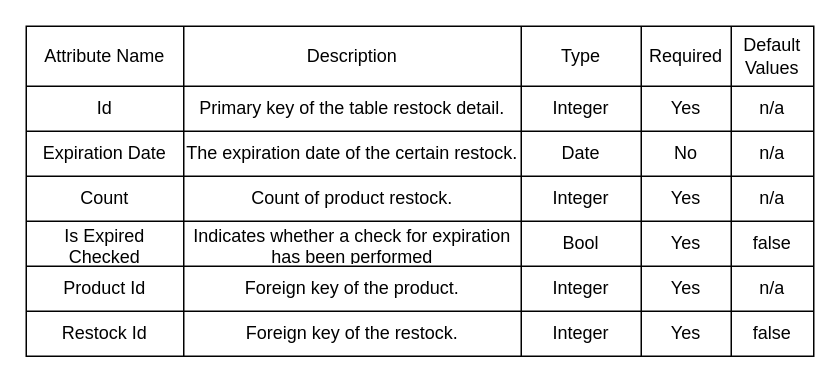
Before: page "Stock Out Detail" (5 of 5) of private/diagrams/dataDictionary.drawio in MaJul1/anis-php, a draw.io diagram. Source tidied: cells renumbered, new cells numbered last; positions are measured from the earlier drawing's top-left corner, leaving out a move shared by most shapes. Both pictures are drawn from the tidied source at 150%, with x=0, y=0 at pixel (26, 26).
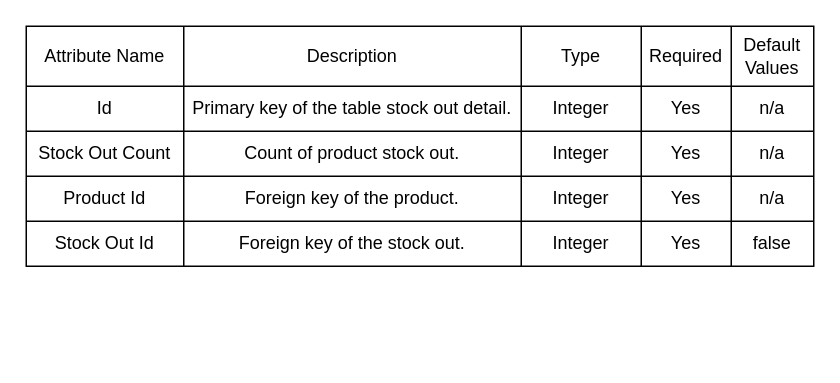
The same page after the edit.

Commit message (it also covers changes not shown here):
Add data flow diagrams for product management and restocking processes

- Created a new Draw.io file containing diagrams for product creation, viewing, updating, and deletion.
- Included a separate diagram for restocking products, detailing the user interactions and database updates.
- Diagrams illustrate the flow of information between users and the product/restock databases.

The change refers to these unchanged cells:
```xml
<mxCell id="9" style="shape=tableRow;horizontal=0;startSize=0;swimlaneHead=0;swimlaneBody=0;strokeColor=inherit;top=0;left=0;bottom=0;right=0;fillColor=none;" parent="2" vertex="1">
  <mxGeometry y="40" width="525" height="30" as="geometry" />
</mxCell>
```

The edit, as a diff of the source:
```diff
@@
     <mxCell id="2" style="shape=table;startSize=0;childLayout=tableLayout;" parent="1" vertex="1">
-      <mxGeometry width="525" height="220" as="geometry" />
+      <mxGeometry width="525" height="160" as="geometry" />
     </mxCell>
@@
-    <mxCell id="11" value="Primary key of the table restock detail." style="shape=partialRectangle;html=1;whiteSpace=wrap;strokeColor=inherit;overflow=hidden;fillColor=none;top=0;left=0;bottom=0;right=0;" parent="9" vertex="1">
+    <mxCell id="11" value="Primary key of the table stock out detail." style="shape=partialRectangle;html=1;whiteSpace=wrap;strokeColor=inherit;overflow=hidden;fillColor=none;top=0;left=0;bottom=0;right=0;" parent="9" vertex="1">
       <mxGeometry x="105" width="225" height="30" as="geometry" />
     </mxCell>
@@
-    <mxCell id="15" style="shape=tableRow;horizontal=0;startSize=0;swimlaneHead=0;swimlaneBody=0;strokeColor=inherit;top=0;left=0;bottom=0;right=0;fillColor=none;" parent="2" vertex="1">
-      <mxGeometry y="70" width="525" height="30" as="geometry" />
-    </mxCell>
-    <mxCell id="16" value="Expiration Date" style="shape=partialRectangle;html=1;whiteSpace=wrap;strokeColor=inherit;overflow=hidden;fillColor=none;top=0;left=0;bottom=0;right=0;" parent="15" vertex="1">
-      <mxGeometry width="105" height="30" as="geometry" />
-    </mxCell>
-    <mxCell id="17" value="The expiration date of the certain restock." style="shape=partialRectangle;html=1;whiteSpace=wrap;strokeColor=inherit;overflow=hidden;fillColor=none;top=0;left=0;bottom=0;right=0;" parent="15" vertex="1">
-      <mxGeometry x="105" width="225" height="30" as="geometry" />
-    </mxCell>
-    <mxCell id="18" value="Date" style="shape=partialRectangle;html=1;whiteSpace=wrap;strokeColor=inherit;overflow=hidden;fillColor=none;top=0;left=0;bottom=0;right=0;" parent="15" vertex="1">
-      <mxGeometry x="330" width="80" height="30" as="geometry" />
-    </mxCell>
-    <mxCell id="19" value="No" style="shape=partialRectangle;html=1;whiteSpace=wrap;strokeColor=inherit;overflow=hidden;fillColor=none;top=0;left=0;bottom=0;right=0;" parent="15" vertex="1">
-      <mxGeometry x="410" width="60" height="30" as="geometry" />
-    </mxCell>
-    <mxCell id="20" value="n/a" style="shape=partialRectangle;html=1;whiteSpace=wrap;strokeColor=inherit;overflow=hidden;fillColor=none;top=0;left=0;bottom=0;right=0;" parent="15" vertex="1">
-      <mxGeometry x="470" width="55" height="30" as="geometry" />
-    </mxCell>
     <mxCell id="21" style="shape=tableRow;horizontal=0;startSize=0;swimlaneHead=0;swimlaneBody=0;strokeColor=inherit;top=0;left=0;bottom=0;right=0;fillColor=none;" parent="2" vertex="1">
-      <mxGeometry y="100" width="525" height="30" as="geometry" />
+      <mxGeometry y="70" width="525" height="30" as="geometry" />
     </mxCell>
-    <mxCell id="22" value="Count" style="shape=partialRectangle;html=1;whiteSpace=wrap;strokeColor=inherit;overflow=hidden;fillColor=none;top=0;left=0;bottom=0;right=0;" parent="21" vertex="1">
+    <mxCell id="22" value="Stock Out Count" style="shape=partialRectangle;html=1;whiteSpace=wrap;strokeColor=inherit;overflow=hidden;fillColor=none;top=0;left=0;bottom=0;right=0;" parent="21" vertex="1">
       <mxGeometry width="105" height="30" as="geometry" />
     </mxCell>
-    <mxCell id="23" value="Count of product restock." style="shape=partialRectangle;html=1;whiteSpace=wrap;strokeColor=inherit;overflow=hidden;fillColor=none;top=0;left=0;bottom=0;right=0;" parent="21" vertex="1">
+    <mxCell id="23" value="Count of product stock out." style="shape=partialRectangle;html=1;whiteSpace=wrap;strokeColor=inherit;overflow=hidden;fillColor=none;top=0;left=0;bottom=0;right=0;" parent="21" vertex="1">
       <mxGeometry x="105" width="225" height="30" as="geometry" />
     </mxCell>
@@
-    <mxCell id="27" style="shape=tableRow;horizontal=0;startSize=0;swimlaneHead=0;swimlaneBody=0;strokeColor=inherit;top=0;left=0;bottom=0;right=0;fillColor=none;" parent="2" vertex="1">
-      <mxGeometry y="130" width="525" height="30" as="geometry" />
-    </mxCell>
-    <mxCell id="28" value="Is Expired Checked" style="shape=partialRectangle;html=1;whiteSpace=wrap;strokeColor=inherit;overflow=hidden;fillColor=none;top=0;left=0;bottom=0;right=0;" parent="27" vertex="1">
-      <mxGeometry width="105" height="30" as="geometry" />
-    </mxCell>
-    <mxCell id="29" value="Indicates whether a &lt;span style=&quot;&quot;&gt;check for expiration&lt;/span&gt; has been performed" style="shape=partialRectangle;html=1;whiteSpace=wrap;strokeColor=inherit;overflow=hidden;fillColor=none;top=0;left=0;bottom=0;right=0;" parent="27" vertex="1">
-      <mxGeometry x="105" width="225" height="30" as="geometry" />
-    </mxCell>
-    <mxCell id="30" value="Bool" style="shape=partialRectangle;html=1;whiteSpace=wrap;strokeColor=inherit;overflow=hidden;fillColor=none;top=0;left=0;bottom=0;right=0;" parent="27" vertex="1">
-      <mxGeometry x="330" width="80" height="30" as="geometry" />
-    </mxCell>
-    <mxCell id="31" value="Yes" style="shape=partialRectangle;html=1;whiteSpace=wrap;strokeColor=inherit;overflow=hidden;fillColor=none;top=0;left=0;bottom=0;right=0;" parent="27" vertex="1">
-      <mxGeometry x="410" width="60" height="30" as="geometry" />
-    </mxCell>
-    <mxCell id="32" value="false" style="shape=partialRectangle;html=1;whiteSpace=wrap;strokeColor=inherit;overflow=hidden;fillColor=none;top=0;left=0;bottom=0;right=0;" parent="27" vertex="1">
-      <mxGeometry x="470" width="55" height="30" as="geometry" />
-    </mxCell>
     <mxCell id="33" style="shape=tableRow;horizontal=0;startSize=0;swimlaneHead=0;swimlaneBody=0;strokeColor=inherit;top=0;left=0;bottom=0;right=0;fillColor=none;" parent="2" vertex="1">
-      <mxGeometry y="160" width="525" height="30" as="geometry" />
+      <mxGeometry y="100" width="525" height="30" as="geometry" />
     </mxCell>
@@
     <mxCell id="39" style="shape=tableRow;horizontal=0;startSize=0;swimlaneHead=0;swimlaneBody=0;strokeColor=inherit;top=0;left=0;bottom=0;right=0;fillColor=none;" parent="2" vertex="1">
-      <mxGeometry y="190" width="525" height="30" as="geometry" />
+      <mxGeometry y="130" width="525" height="30" as="geometry" />
     </mxCell>
-    <mxCell id="40" value="Restock Id" style="shape=partialRectangle;html=1;whiteSpace=wrap;strokeColor=inherit;overflow=hidden;fillColor=none;top=0;left=0;bottom=0;right=0;" parent="39" vertex="1">
+    <mxCell id="40" value="Stock Out Id" style="shape=partialRectangle;html=1;whiteSpace=wrap;strokeColor=inherit;overflow=hidden;fillColor=none;top=0;left=0;bottom=0;right=0;" parent="39" vertex="1">
       <mxGeometry width="105" height="30" as="geometry" />
     </mxCell>
-    <mxCell id="41" value="Foreign key of the restock." style="shape=partialRectangle;html=1;whiteSpace=wrap;strokeColor=inherit;overflow=hidden;fillColor=none;top=0;left=0;bottom=0;right=0;" parent="39" vertex="1">
+    <mxCell id="41" value="Foreign key of the stock out." style="shape=partialRectangle;html=1;whiteSpace=wrap;strokeColor=inherit;overflow=hidden;fillColor=none;top=0;left=0;bottom=0;right=0;" parent="39" vertex="1">
       <mxGeometry x="105" width="225" height="30" as="geometry" />
     </mxCell>
```
